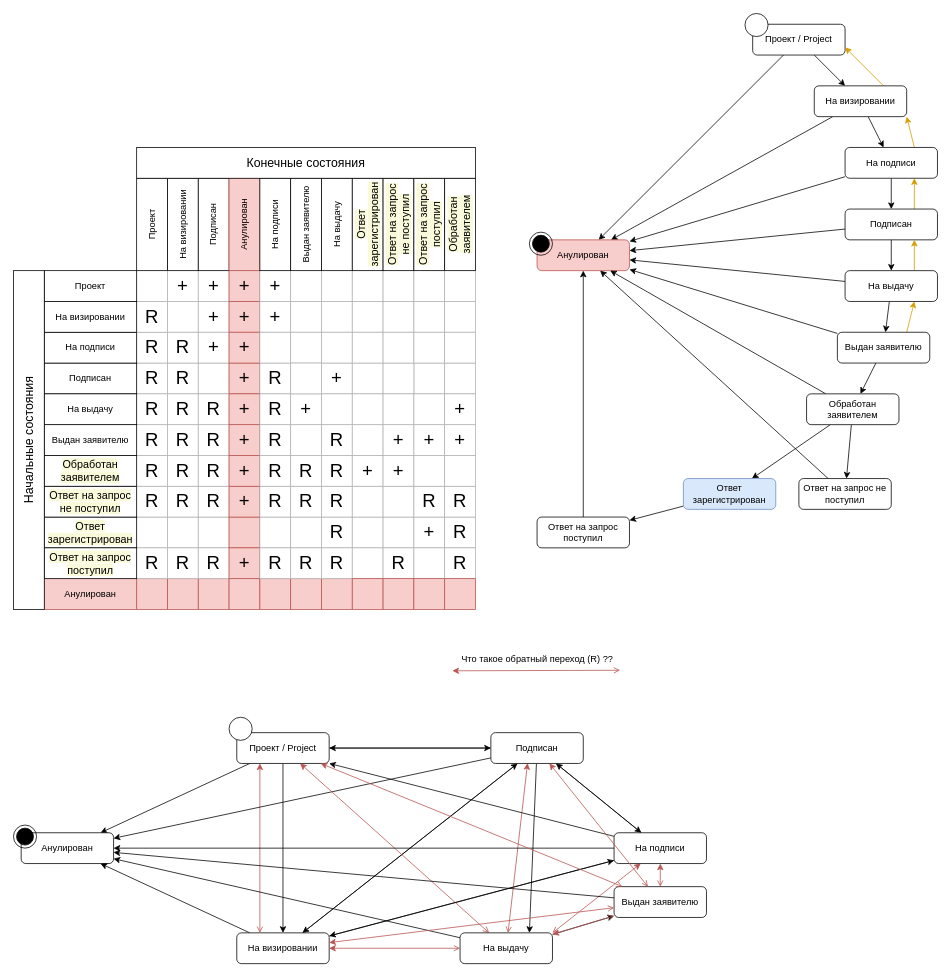
davyd0ff/so-line-grls keeps this draw.io diagram as Domain/Requests/InternalState.StateMachine.drawio. Above is the earlier version. Source tidied: cells renumbered, new cells numbered last; positions are measured from the earlier drawing's top-left corner, leaving out a move shared by most shapes. Both pictures are drawn from the tidied source at 77%, with x=0, y=0 at pixel (13, 13).
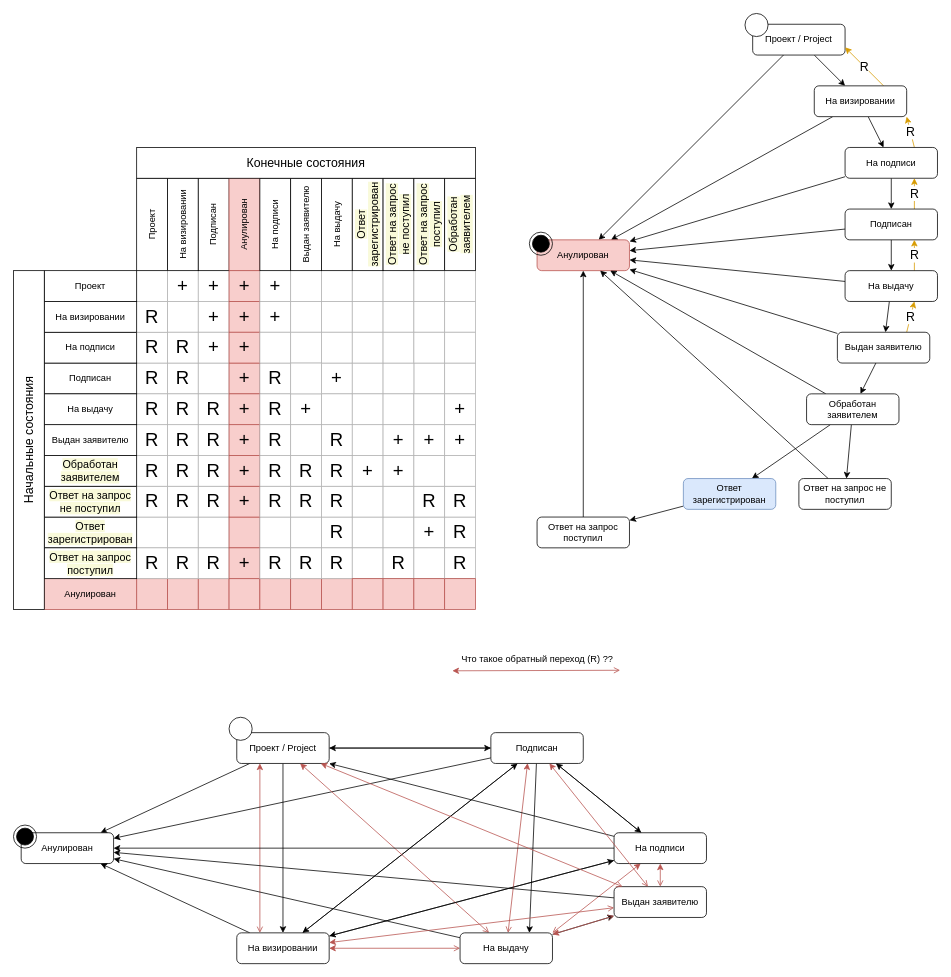
The same diagram, later.

The change refers to these unchanged cells:
```xml
<mxCell id="188" value="Проект / Project" style="rounded=1;whiteSpace=wrap;html=1;" parent="1" vertex="1">
  <mxGeometry x="960" y="14" width="120" height="40" as="geometry" />
</mxCell>
<mxCell id="193" value="На визировании" style="rounded=1;whiteSpace=wrap;html=1;" parent="1" vertex="1">
  <mxGeometry x="1040" y="94" width="120" height="40" as="geometry" />
</mxCell>
<mxCell id="197" value="На подписи" style="rounded=1;whiteSpace=wrap;html=1;" parent="1" vertex="1">
  <mxGeometry x="1080" y="174" width="120" height="40" as="geometry" />
</mxCell>
<mxCell id="205" value="Подписан" style="rounded=1;whiteSpace=wrap;html=1;" parent="1" vertex="1">
  <mxGeometry x="1080" y="254" width="120" height="40" as="geometry" />
</mxCell>
<mxCell id="209" value="На выдачу" style="rounded=1;whiteSpace=wrap;html=1;" parent="1" vertex="1">
  <mxGeometry x="1080" y="334" width="120" height="40" as="geometry" />
</mxCell>
<mxCell id="213" value="Выдан заявителю" style="rounded=1;whiteSpace=wrap;html=1;" parent="1" vertex="1">
  <mxGeometry x="1070" y="414" width="120" height="40" as="geometry" />
</mxCell>
```

What changed in the source:
```diff
@@
-    <mxCell id="191" style="edgeStyle=none;rounded=0;jettySize=auto;html=1;exitX=0.75;exitY=0;exitDx=0;exitDy=0;entryX=1;entryY=0.75;entryDx=0;entryDy=0;fontSize=16;fillColor=#ffe6cc;strokeColor=#d79b00;" parent="1" edge="1" source="193" target="188">
+    <mxCell id="191" value="R" style="edgeStyle=none;rounded=0;jettySize=auto;html=1;exitX=0.75;exitY=0;exitDx=0;exitDy=0;entryX=1;entryY=0.75;entryDx=0;entryDy=0;fontSize=16;fillColor=#ffe6cc;strokeColor=#d79b00;" parent="1" edge="1" source="193" target="188">
       <mxGeometry relative="1" as="geometry" />
     </mxCell>
@@
-    <mxCell id="195" style="edgeStyle=none;rounded=0;jettySize=auto;html=1;exitX=0.75;exitY=0;exitDx=0;exitDy=0;entryX=1;entryY=1;entryDx=0;entryDy=0;fontSize=16;fillColor=#ffe6cc;strokeColor=#d79b00;" parent="1" edge="1" source="197" target="193">
+    <mxCell id="195" value="R" style="edgeStyle=none;rounded=0;jettySize=auto;html=1;exitX=0.75;exitY=0;exitDx=0;exitDy=0;entryX=1;entryY=1;entryDx=0;entryDy=0;fontSize=16;fillColor=#ffe6cc;strokeColor=#d79b00;" parent="1" edge="1" source="197" target="193">
       <mxGeometry relative="1" as="geometry" />
     </mxCell>
@@
-    <mxCell id="202" style="edgeStyle=none;rounded=0;jettySize=auto;html=1;entryX=0.75;entryY=1;entryDx=0;entryDy=0;fontSize=16;exitX=0.75;exitY=0;exitDx=0;exitDy=0;fillColor=#ffe6cc;strokeColor=#d79b00;" parent="1" edge="1" source="205" target="197">
+    <mxCell id="202" value="R" style="edgeStyle=none;rounded=0;jettySize=auto;html=1;entryX=0.75;entryY=1;entryDx=0;entryDy=0;fontSize=16;exitX=0.75;exitY=0;exitDx=0;exitDy=0;fillColor=#ffe6cc;strokeColor=#d79b00;" parent="1" edge="1" source="205" target="197">
       <mxGeometry relative="1" as="geometry" />
     </mxCell>
@@
-    <mxCell id="207" style="edgeStyle=none;rounded=0;jettySize=auto;html=1;exitX=0.75;exitY=0;exitDx=0;exitDy=0;entryX=0.75;entryY=1;entryDx=0;entryDy=0;fontSize=16;fillColor=#ffe6cc;strokeColor=#d79b00;" parent="1" edge="1" source="209" target="205">
+    <mxCell id="207" value="R" style="edgeStyle=none;rounded=0;jettySize=auto;html=1;exitX=0.75;exitY=0;exitDx=0;exitDy=0;entryX=0.75;entryY=1;entryDx=0;entryDy=0;fontSize=16;fillColor=#ffe6cc;strokeColor=#d79b00;" parent="1" edge="1" source="209" target="205">
       <mxGeometry relative="1" as="geometry" />
     </mxCell>
@@
-    <mxCell id="211" style="edgeStyle=none;rounded=0;jettySize=auto;html=1;exitX=0.75;exitY=0;exitDx=0;exitDy=0;entryX=0.75;entryY=1;entryDx=0;entryDy=0;fontSize=16;fillColor=#ffe6cc;strokeColor=#d79b00;" parent="1" edge="1" source="213" target="209">
+    <mxCell id="211" value="R" style="edgeStyle=none;rounded=0;jettySize=auto;html=1;exitX=0.75;exitY=0;exitDx=0;exitDy=0;entryX=0.75;entryY=1;entryDx=0;entryDy=0;fontSize=16;fillColor=#ffe6cc;strokeColor=#d79b00;" parent="1" edge="1" source="213" target="209">
       <mxGeometry relative="1" as="geometry" />
     </mxCell>
```
